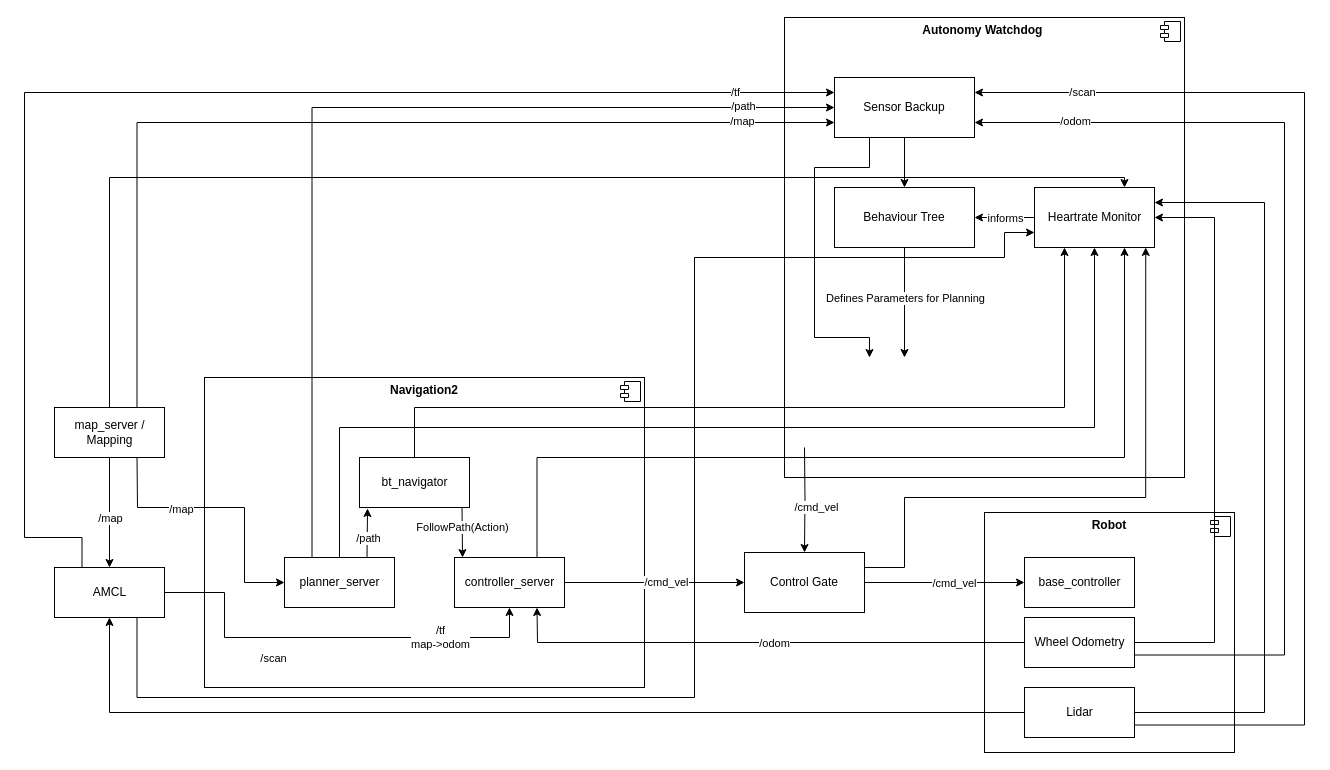
This is Presentations/diagrams/Architecture_watchdog.drawio from mounteverset/behavior_planning, a draw.io file, before an edit. Source tidied: cells renumbered, new cells numbered last; positions are measured from the earlier drawing's top-left corner, leaving out a move shared by most shapes. Both pictures are drawn from the tidied source at 100%, with x=0, y=0 at pixel (24, 17).
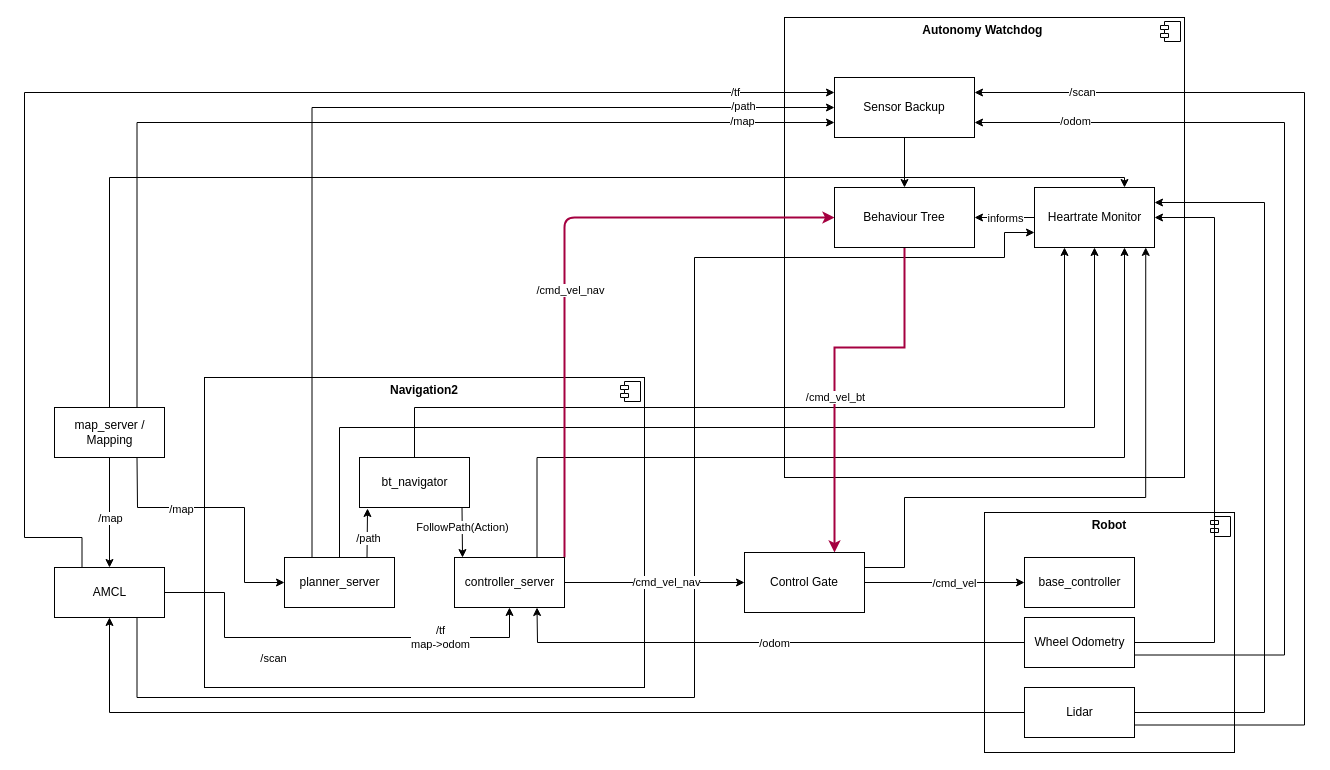
After the change.

The change refers to these unchanged cells:
```xml
<mxCell id="15" value="controller_server" style="html=1;" parent="1" vertex="1">
  <mxGeometry x="430" y="540" width="110" height="50" as="geometry" />
</mxCell>
<mxCell id="39" style="endArrow=classic;html=1;rounded=0;exitX=1;exitY=0.5;exitDx=0;exitDy=0;entryX=0;entryY=0.5;entryDx=0;entryDy=0;" parent="1" edge="1" source="15" target="60">
  <mxGeometry relative="1" as="geometry" />
</mxCell>
<mxCell id="51" value="Behaviour Tree" style="rounded=0;whiteSpace=wrap;html=1;" parent="1" vertex="1">
  <mxGeometry x="810" y="170" width="140" height="60" as="geometry" />
</mxCell>
<mxCell id="60" value="Control Gate" style="rounded=0;whiteSpace=wrap;html=1;" parent="1" vertex="1">
  <mxGeometry x="720" y="535" width="120" height="60" as="geometry" />
</mxCell>
<mxCell id="63" value="Sensor Backup" style="rounded=0;whiteSpace=wrap;html=1;" parent="1" vertex="1">
  <mxGeometry x="810" y="60" width="140" height="60" as="geometry" />
</mxCell>
```

Change to the diagram source:
```diff
@@
+    <mxCell id="64" style="edgeStyle=none;html=1;exitX=1;exitY=0;exitDx=0;exitDy=0;entryX=0;entryY=0.5;entryDx=0;entryDy=0;fillColor=#d80073;strokeColor=#A50040;strokeWidth=2;" parent="1" edge="1" source="15" target="51">
+      <mxGeometry relative="1" as="geometry">
+        <Array as="points">
+          <mxPoint x="540" y="200" />
+        </Array>
+      </mxGeometry>
+    </mxCell>
+    <mxCell id="65" value="/cmd_vel_nav" style="edgeLabel;html=1;align=center;verticalAlign=middle;" parent="64" vertex="1">
+      <mxGeometry x="-0.12" y="-5" relative="1" as="geometry" />
+    </mxCell>
@@
-    <mxCell id="40" value="/cmd_vel" style="edgeLabel;html=1;align=center;verticalAlign=middle;" parent="39" vertex="1">
+    <mxCell id="40" value="/cmd_vel_nav" style="edgeLabel;html=1;align=center;verticalAlign=middle;" parent="39" vertex="1">
       <mxGeometry x="0.12" y="1" relative="1" as="geometry" />
     </mxCell>
@@
-    <mxCell id="49" style="edgeStyle=orthogonalEdgeStyle;rounded=0;jettySize=auto;html=1;exitX=0.5;exitY=1;exitDx=0;exitDy=0;" parent="1" edge="1" source="51">
+    <mxCell id="49" style="edgeStyle=orthogonalEdgeStyle;rounded=0;jettySize=auto;html=1;exitX=0.5;exitY=1;exitDx=0;exitDy=0;entryX=0.75;entryY=0;entryDx=0;entryDy=0;fillColor=#d80073;strokeColor=#A50040;strokeWidth=2;" parent="1" edge="1" target="60">
       <mxGeometry relative="1" as="geometry">
-        <mxPoint x="880" y="340" as="targetPoint" />
+        <mxPoint x="880" y="210" as="sourcePoint" />
+        <Array as="points">
+          <mxPoint x="880" y="330" />
+          <mxPoint x="810" y="330" />
+        </Array>
       </mxGeometry>
     </mxCell>
-    <mxCell id="50" value="Defines Parameters for Planning" style="edgeLabel;html=1;align=center;verticalAlign=middle;" parent="49" vertex="1">
+    <mxCell id="50" value="/cmd_vel_bt" style="edgeLabel;html=1;align=center;verticalAlign=middle;" parent="49" vertex="1">
       <mxGeometry x="0.24" y="1" relative="1" as="geometry">
-        <mxPoint x="-1" y="-18" as="offset" />
+        <mxPoint x="-1" y="-6" as="offset" />
       </mxGeometry>
     </mxCell>
@@
-    <mxCell id="52" style="edgeStyle=orthogonalEdgeStyle;rounded=0;jettySize=auto;html=1;entryX=0.5;entryY=0;entryDx=0;entryDy=0;" parent="1" edge="1" target="60">
-      <mxGeometry relative="1" as="geometry">
-        <mxPoint x="780" y="430" as="sourcePoint" />
-      </mxGeometry>
-    </mxCell>
-    <mxCell id="53" value="/cmd_vel" style="edgeLabel;html=1;align=center;verticalAlign=middle;" parent="52" vertex="1">
-      <mxGeometry x="0.14" y="1" relative="1" as="geometry">
-        <mxPoint x="10" as="offset" />
-      </mxGeometry>
-    </mxCell>
@@
-    <mxCell id="62" style="edgeStyle=orthogonalEdgeStyle;rounded=0;jettySize=auto;html=1;exitX=0.25;exitY=1;exitDx=0;exitDy=0;entryX=0.25;entryY=0;entryDx=0;entryDy=0;" parent="1" edge="1" source="63">
-      <mxGeometry relative="1" as="geometry">
-        <mxPoint x="845" y="340" as="targetPoint" />
-        <Array as="points">
-          <mxPoint x="845" y="150" />
-          <mxPoint x="790" y="150" />
-          <mxPoint x="790" y="320" />
-          <mxPoint x="845" y="320" />
-        </Array>
-      </mxGeometry>
-    </mxCell>
```
